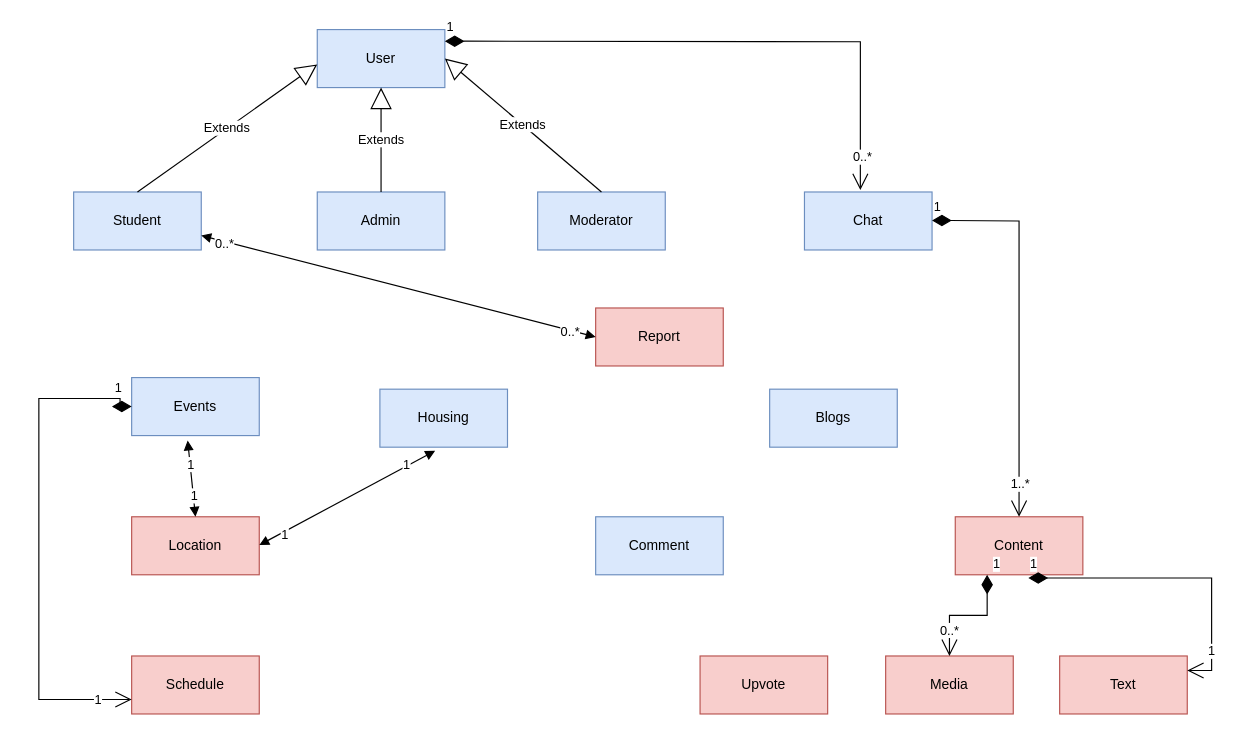
This is Project DDD.drawio from saikrishna1501/PeerPulse, a draw.io file, before an edit. Source tidied: cells renumbered, new cells numbered last; positions are measured from the earlier drawing's top-left corner, leaving out a move shared by most shapes. Both pictures are drawn from the tidied source at 116%, with x=0, y=0 at pixel (38, 29).
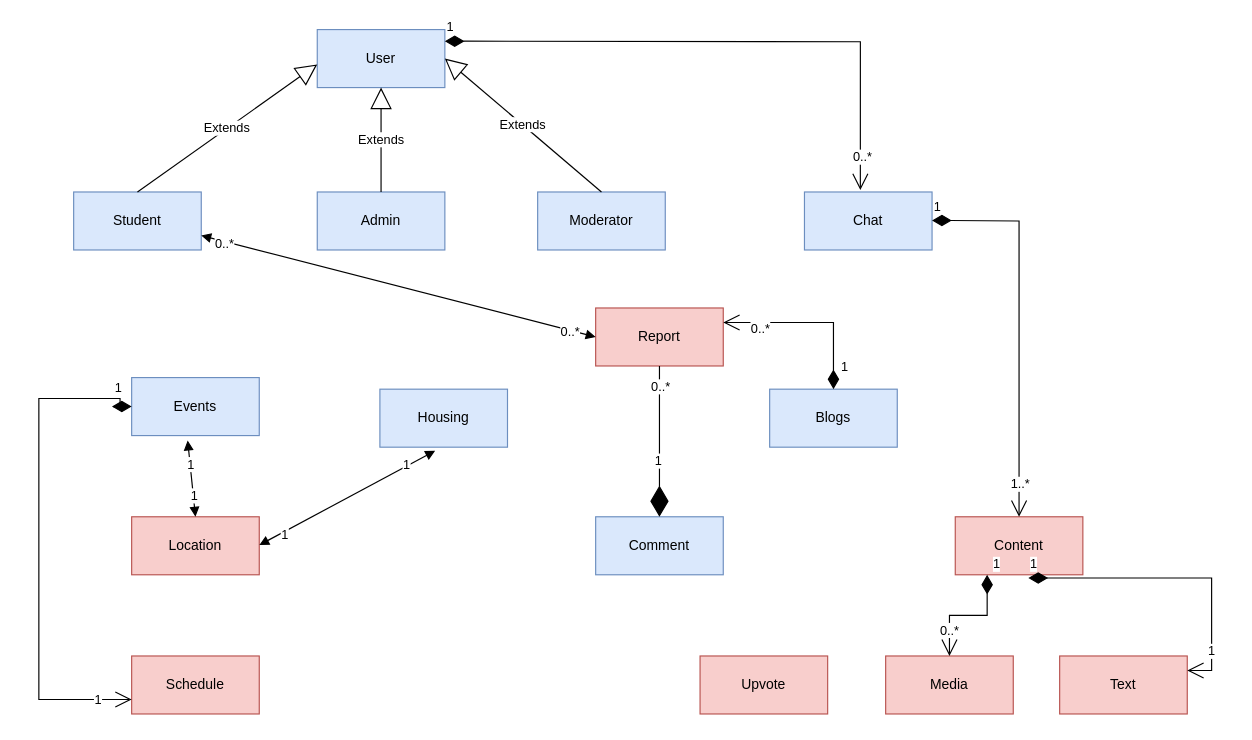
The same diagram, later.

Commit message:
added relationships between (report, comment) and (report, blogs)

Unchanged cells that the change refers to:
```xml
<mxCell id="9" value="Comment" style="html=1;whiteSpace=wrap;fillColor=#dae8fc;strokeColor=#6c8ebf;" parent="1" vertex="1">
  <mxGeometry x="480" y="420" width="110" height="50" as="geometry" />
</mxCell>
<mxCell id="12" value="Blogs" style="html=1;whiteSpace=wrap;fillColor=#dae8fc;strokeColor=#6c8ebf;" parent="1" vertex="1">
  <mxGeometry x="630" y="310" width="110" height="50" as="geometry" />
</mxCell>
<mxCell id="17" value="Report" style="html=1;whiteSpace=wrap;fillColor=#f8cecc;strokeColor=#b85450;" parent="1" vertex="1">
  <mxGeometry x="480" y="240" width="110" height="50" as="geometry" />
</mxCell>
```

The edit, as a diff of the source:
```diff
@@
+    <mxCell id="40" value="1" style="endArrow=open;html=1;endSize=12;startArrow=diamondThin;startSize=14;startFill=1;edgeStyle=orthogonalEdgeStyle;align=left;verticalAlign=bottom;rounded=0;exitX=0.5;exitY=0;exitDx=0;exitDy=0;entryX=1;entryY=0.25;entryDx=0;entryDy=0;" parent="1" edge="1" source="12" target="17">
+      <mxGeometry x="-0.87" y="-5" relative="1" as="geometry" />
+    </mxCell>
+    <mxCell id="41" value="0..*" style="edgeLabel;html=1;align=center;verticalAlign=middle;" parent="40" vertex="1">
+      <mxGeometry x="0.59" y="5" relative="1" as="geometry" />
+    </mxCell>
+    <mxCell id="42" style="endArrow=diamondThin;endFill=1;endSize=24;html=1;rounded=0;exitX=0.5;exitY=1;exitDx=0;exitDy=0;entryX=0.5;entryY=0;entryDx=0;entryDy=0;" parent="1" edge="1" source="17" target="9">
+      <mxGeometry relative="1" as="geometry" />
+    </mxCell>
+    <mxCell id="43" value="1" style="edgeLabel;html=1;align=center;verticalAlign=middle;" parent="42" vertex="1">
+      <mxGeometry x="0.25" y="-2" relative="1" as="geometry" />
+    </mxCell>
+    <mxCell id="44" value="0..*" style="edgeLabel;html=1;align=center;verticalAlign=middle;" parent="42" vertex="1">
+      <mxGeometry x="-0.74" relative="1" as="geometry" />
+    </mxCell>
```
